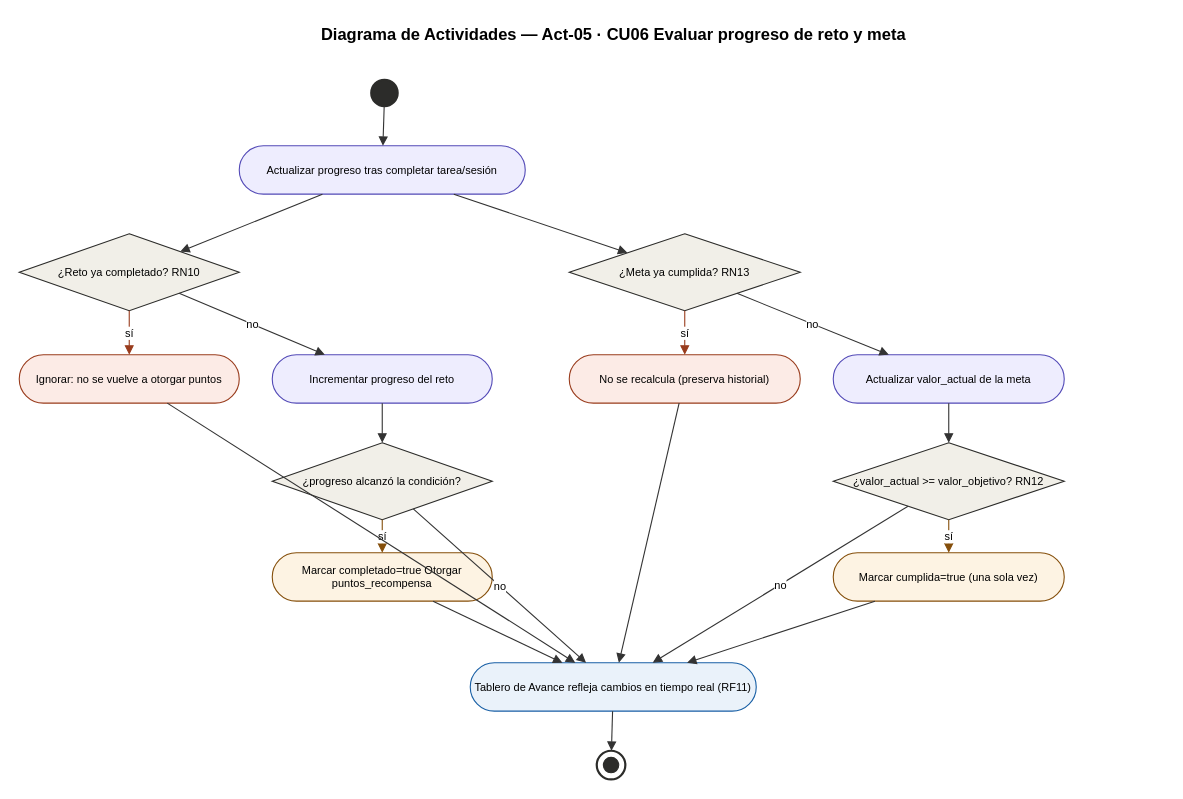
Before: pjc/docs/diseno/drawio/Act05_RetoMeta.drawio in Castillo8976/H-bitos-Gamificados-Uni, a draw.io diagram. Source tidied: cells renumbered, new cells numbered last; positions are measured from the earlier drawing's top-left corner, leaving out a move shared by most shapes. Both pictures are drawn from the tidied source at 110%, with x=0, y=0 at pixel (19, 19).
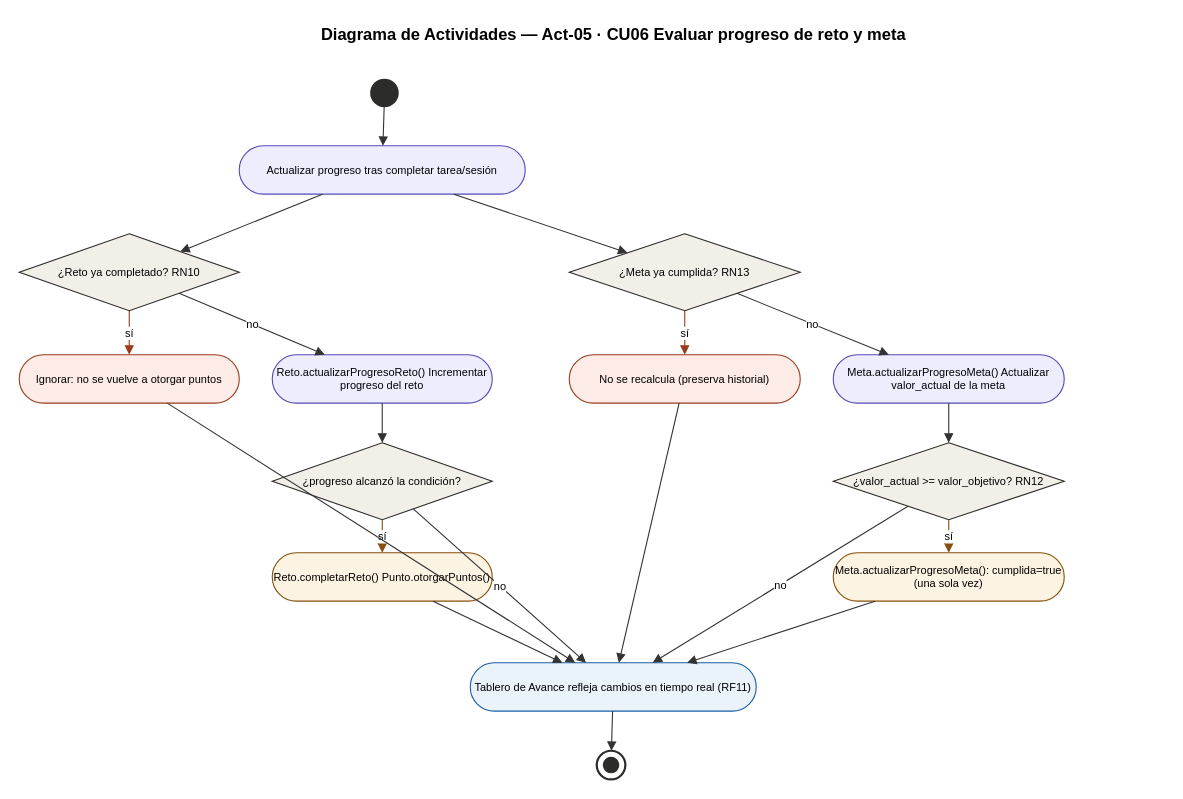
Above is the later version.

What changed in the source:
```diff
@@
-    <mxCell id="7" value="Incrementar progreso del reto" style="rounded=1;arcSize=50;whiteSpace=wrap;html=1;fillColor=#EEEDFE;strokeColor=#534AB7;fontSize=10;" parent="1" vertex="1">
+    <mxCell id="7" value="Reto.actualizarProgresoReto()   Incrementar progreso del reto" style="rounded=1;arcSize=50;whiteSpace=wrap;html=1;fillColor=#EEEDFE;strokeColor=#534AB7;fontSize=10;" parent="1" vertex="1">
       <mxGeometry x="230" y="305" width="200" height="44" as="geometry" />
     </mxCell>
@@
-    <mxCell id="9" value="Marcar completado=true Otorgar puntos_recompensa" style="rounded=1;arcSize=50;whiteSpace=wrap;html=1;fillColor=#FDF3E3;strokeColor=#854F0B;fontSize=10;" parent="1" vertex="1">
+    <mxCell id="9" value="Reto.completarReto()   Punto.otorgarPuntos()" style="rounded=1;arcSize=50;whiteSpace=wrap;html=1;fillColor=#FDF3E3;strokeColor=#854F0B;fontSize=10;" parent="1" vertex="1">
       <mxGeometry x="230" y="485" width="200" height="44" as="geometry" />
     </mxCell>
@@
-    <mxCell id="12" value="Actualizar valor_actual de la meta" style="rounded=1;arcSize=50;whiteSpace=wrap;html=1;fillColor=#EEEDFE;strokeColor=#534AB7;fontSize=10;" parent="1" vertex="1">
+    <mxCell id="12" value="Meta.actualizarProgresoMeta()   Actualizar valor_actual de la meta" style="rounded=1;arcSize=50;whiteSpace=wrap;html=1;fillColor=#EEEDFE;strokeColor=#534AB7;fontSize=10;" parent="1" vertex="1">
       <mxGeometry x="740" y="305" width="210" height="44" as="geometry" />
     </mxCell>
@@
-    <mxCell id="14" value="Marcar cumplida=true (una sola vez)" style="rounded=1;arcSize=50;whiteSpace=wrap;html=1;fillColor=#FDF3E3;strokeColor=#854F0B;fontSize=10;" parent="1" vertex="1">
+    <mxCell id="14" value="Meta.actualizarProgresoMeta(): cumplida=true   (una sola vez)" style="rounded=1;arcSize=50;whiteSpace=wrap;html=1;fillColor=#FDF3E3;strokeColor=#854F0B;fontSize=10;" parent="1" vertex="1">
       <mxGeometry x="740" y="485" width="210" height="44" as="geometry" />
     </mxCell>
```
